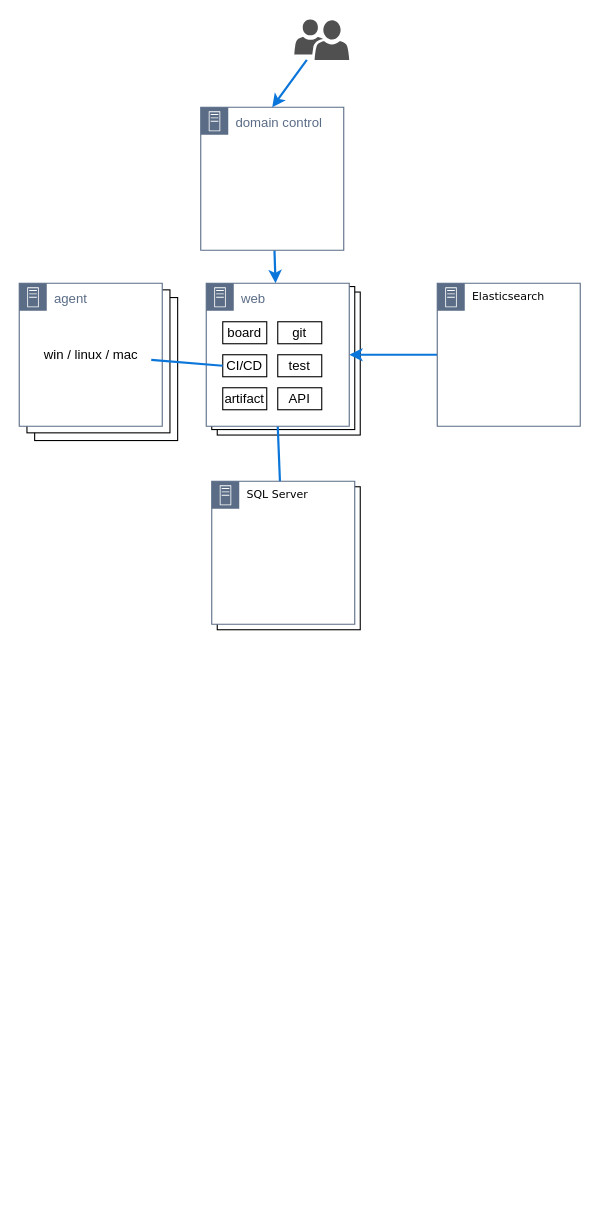
The draw.io diagram page "TFS 架构" (4 of 4) of 未命名绘图.drawio in smallidea/SmartIDE, before the edit. Source tidied: cells renumbered, new cells numbered last; positions are measured from the earlier drawing's top-left corner, leaving out a move shared by most shapes. Both pictures are drawn from the tidied source at 110%, with x=0, y=0 at pixel (19, 19).
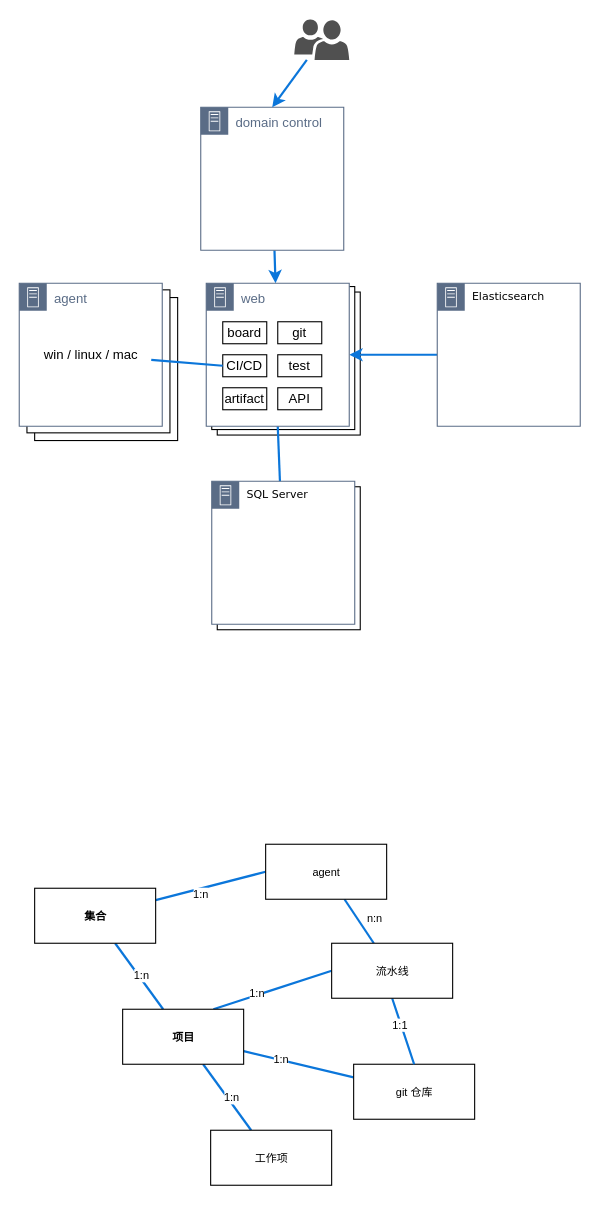
The same diagram, later.

Commit message:
更新未命名绘图.drawio

Diff of the diagram source:
```diff
@@
+    <mxCell id="25" style="edgeStyle=none;rounded=0;jettySize=auto;html=1;strokeColor=#0b76da;strokeWidth=2;fontSize=10;endArrow=none;endFill=0;elbow=vertical;" parent="1" edge="1" source="29" target="36">
+      <mxGeometry relative="1" as="geometry" />
+    </mxCell>
+    <mxCell id="26" value="1:n" style="edgeLabel;html=1;align=center;verticalAlign=middle;fontSize=10;" parent="25" vertex="1">
+      <mxGeometry x="0.01" y="2" relative="1" as="geometry" />
+    </mxCell>
+    <mxCell id="27" style="edgeStyle=none;rounded=0;jettySize=auto;html=1;entryX=0;entryY=0.5;entryDx=0;entryDy=0;strokeColor=#0b76da;strokeWidth=2;fontSize=10;endArrow=none;endFill=0;elbow=vertical;" parent="1" edge="1" source="29" target="44">
+      <mxGeometry relative="1" as="geometry" />
+    </mxCell>
+    <mxCell id="28" value="1:n" style="edgeLabel;html=1;align=center;verticalAlign=middle;fontSize=10;" parent="27" vertex="1">
+      <mxGeometry x="-0.2" y="-4" relative="1" as="geometry" />
+    </mxCell>
+    <mxCell id="29" value="集合" style="html=1;fontSize=10;fillColor=default;fontStyle=1;" parent="1" vertex="1">
+      <mxGeometry x="14" y="790" width="110" height="50" as="geometry" />
+    </mxCell>
+    <mxCell id="30" style="edgeStyle=none;rounded=0;jettySize=auto;html=1;strokeColor=#0b76da;strokeWidth=2;fontSize=10;endArrow=none;endFill=0;elbow=vertical;" parent="1" edge="1" source="36" target="37">
+      <mxGeometry relative="1" as="geometry" />
+    </mxCell>
+    <mxCell id="31" value="1:n" style="edgeLabel;html=1;align=center;verticalAlign=middle;fontSize=10;" parent="30" vertex="1">
+      <mxGeometry x="0.06" y="3" relative="1" as="geometry" />
+    </mxCell>
+    <mxCell id="32" style="edgeStyle=none;rounded=0;jettySize=auto;html=1;strokeColor=#0b76da;strokeWidth=2;fontSize=10;endArrow=none;endFill=0;elbow=vertical;" parent="1" edge="1" source="36" target="38">
+      <mxGeometry relative="1" as="geometry" />
+    </mxCell>
+    <mxCell id="33" value="1:n" style="edgeLabel;html=1;align=center;verticalAlign=middle;fontSize=10;" parent="32" vertex="1">
+      <mxGeometry x="-0.33" y="2" relative="1" as="geometry" />
+    </mxCell>
+    <mxCell id="34" style="edgeStyle=none;rounded=0;jettySize=auto;html=1;exitX=0.75;exitY=0;exitDx=0;exitDy=0;entryX=0;entryY=0.5;entryDx=0;entryDy=0;strokeColor=#0b76da;strokeWidth=2;fontSize=10;endArrow=none;endFill=0;elbow=vertical;" parent="1" edge="1" source="36" target="43">
+      <mxGeometry relative="1" as="geometry" />
+    </mxCell>
+    <mxCell id="35" value="1:n" style="edgeLabel;html=1;align=center;verticalAlign=middle;fontSize=10;" parent="34" vertex="1">
+      <mxGeometry x="-0.25" y="3" relative="1" as="geometry" />
+    </mxCell>
+    <mxCell id="36" value="项目" style="html=1;fontSize=10;fillColor=default;fontStyle=1;" parent="1" vertex="1">
+      <mxGeometry x="94" y="900" width="110" height="50" as="geometry" />
+    </mxCell>
+    <mxCell id="37" value="工作项" style="html=1;fontSize=10;fillColor=default;" parent="1" vertex="1">
+      <mxGeometry x="174" y="1010" width="110" height="50" as="geometry" />
+    </mxCell>
+    <mxCell id="38" value="git 仓库" style="html=1;fontSize=10;fillColor=default;" parent="1" vertex="1">
+      <mxGeometry x="304" y="950" width="110" height="50" as="geometry" />
+    </mxCell>
+    <mxCell id="39" style="edgeStyle=none;rounded=0;jettySize=auto;html=1;exitX=0.5;exitY=1;exitDx=0;exitDy=0;entryX=0.5;entryY=0;entryDx=0;entryDy=0;strokeColor=#0b76da;strokeWidth=2;fontSize=10;endArrow=none;endFill=0;elbow=vertical;" parent="1" edge="1" source="43" target="38">
+      <mxGeometry relative="1" as="geometry" />
+    </mxCell>
+    <mxCell id="40" value="1:1" style="edgeLabel;html=1;align=center;verticalAlign=middle;fontSize=10;" parent="39" vertex="1">
+      <mxGeometry x="-0.23" y="-1" relative="1" as="geometry" />
+    </mxCell>
+    <mxCell id="41" style="edgeStyle=none;rounded=0;jettySize=auto;html=1;strokeColor=#0b76da;strokeWidth=2;fontSize=10;endArrow=none;endFill=0;elbow=vertical;" parent="1" edge="1" source="43" target="44">
+      <mxGeometry relative="1" as="geometry" />
+    </mxCell>
+    <mxCell id="42" value="n:n" style="edgeLabel;html=1;align=center;verticalAlign=middle;fontSize=10;" parent="41" vertex="1">
+      <mxGeometry x="0.68" y="1" relative="1" as="geometry">
+        <mxPoint x="23" y="9" as="offset" />
+      </mxGeometry>
+    </mxCell>
+    <mxCell id="43" value="流水线" style="html=1;fontSize=10;fillColor=default;" parent="1" vertex="1">
+      <mxGeometry x="284" y="840" width="110" height="50" as="geometry" />
+    </mxCell>
+    <mxCell id="44" value="agent" style="html=1;fontSize=10;fillColor=default;" parent="1" vertex="1">
+      <mxGeometry x="224" y="750" width="110" height="50" as="geometry" />
+    </mxCell>
```
